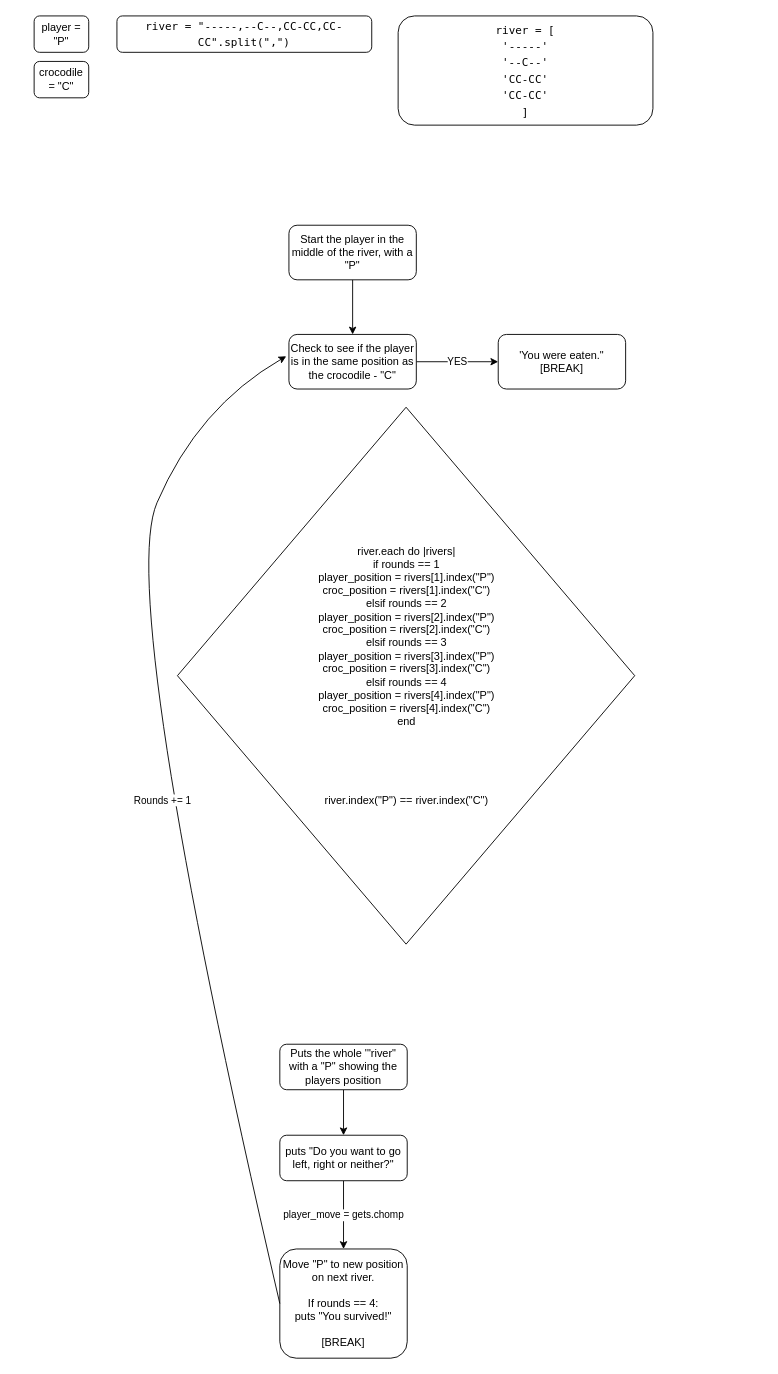
Above: Untitled Diagram.drawio in Chloeem/makers-ruby-practise (draw.io), before the change. Source tidied: cells renumbered, new cells numbered last; positions are measured from the earlier drawing's top-left corner, leaving out a move shared by most shapes. Both pictures are drawn from the tidied source at 91%, with x=0, y=0 at pixel (34, 15).
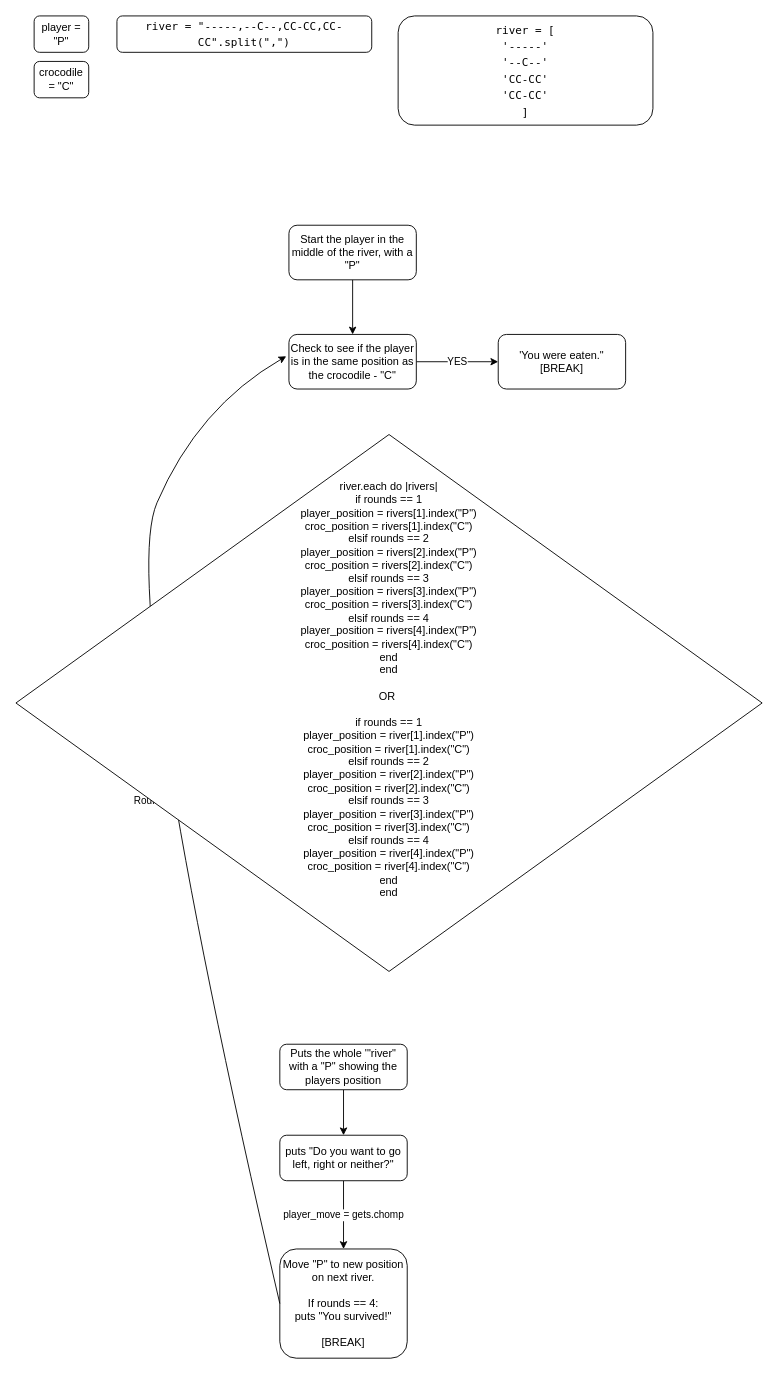
The same diagram, later.

Commit message:
Figuring out player vs croc positioning

The edit, as a diff of the source:
```diff
@@
 <mxGraphModel>
   <root>
     <mxCell id="0" />
     <mxCell id="1" parent="0" />
     <mxCell id="2" style="edgeStyle=orthogonalEdgeStyle;rounded=0;jettySize=auto;html=1;exitX=0.5;exitY=1;exitDx=0;exitDy=0;entryX=0.5;entryY=0;entryDx=0;entryDy=0;" parent="1" edge="1" source="3" target="5">
       <mxGeometry relative="1" as="geometry" />
     </mxCell>
     <mxCell id="3" value="Start the player in the middle of the river, with a &quot;P&quot;" style="rounded=1;whiteSpace=wrap;html=1;fontSize=12;glass=0;strokeWidth=1;shadow=0;" parent="1" vertex="1">
       <mxGeometry x="280" y="230" width="140" height="60" as="geometry" />
     </mxCell>
     <mxCell id="4" value="YES" style="edgeStyle=orthogonalEdgeStyle;rounded=0;jettySize=auto;html=1;entryX=0;entryY=0.5;entryDx=0;entryDy=0;" parent="1" edge="1" source="5" target="6">
       <mxGeometry relative="1" as="geometry" />
     </mxCell>
     <mxCell id="5" value="Check to see if the player is in the same position as the crocodile - &quot;C&quot;" style="rounded=1;whiteSpace=wrap;html=1;fontSize=12;glass=0;strokeWidth=1;shadow=0;" parent="1" vertex="1">
       <mxGeometry x="280" y="350" width="140" height="60" as="geometry" />
     </mxCell>
     <mxCell id="6" value="'You were eaten.&quot; &lt;br&gt;[BREAK]" style="rounded=1;whiteSpace=wrap;html=1;fontSize=12;glass=0;strokeWidth=1;shadow=0;" parent="1" vertex="1">
       <mxGeometry x="510" y="350" width="140" height="60" as="geometry" />
     </mxCell>
     <mxCell id="7" style="edgeStyle=orthogonalEdgeStyle;rounded=0;jettySize=auto;html=1;" parent="1" edge="1" source="8" target="10">
       <mxGeometry relative="1" as="geometry" />
     </mxCell>
     <mxCell id="8" value="Puts the whole '&quot;river&quot; with a &quot;P&quot; showing the players position" style="rounded=1;whiteSpace=wrap;html=1;fontSize=12;glass=0;strokeWidth=1;shadow=0;" parent="1" vertex="1">
       <mxGeometry x="270" y="1130" width="140" height="50" as="geometry" />
     </mxCell>
     <mxCell id="9" value="player_move = gets.chomp" style="edgeStyle=orthogonalEdgeStyle;rounded=0;jettySize=auto;html=1;" parent="1" edge="1" source="10" target="11">
       <mxGeometry relative="1" as="geometry" />
     </mxCell>
     <mxCell id="10" value="puts &quot;Do you want to go left, right or neither?&quot;" style="rounded=1;whiteSpace=wrap;html=1;fontSize=12;glass=0;strokeWidth=1;shadow=0;" parent="1" vertex="1">
       <mxGeometry x="270" y="1230" width="140" height="50" as="geometry" />
     </mxCell>
     <mxCell id="11" value="Move &quot;P&quot; to new position on next river.&lt;br&gt;&lt;br&gt;If rounds == 4:&lt;br&gt;puts &quot;You survived!&quot;&lt;br&gt;&lt;br&gt;[BREAK]" style="rounded=1;whiteSpace=wrap;html=1;fontSize=12;glass=0;strokeWidth=1;shadow=0;" parent="1" vertex="1">
       <mxGeometry x="270" y="1355" width="140" height="120" as="geometry" />
     </mxCell>
     <mxCell id="12" value="Rounds += 1" style="curved=1;endArrow=classic;html=1;exitX=0;exitY=0.5;exitDx=0;exitDy=0;entryX=-0.021;entryY=0.4;entryDx=0;entryDy=0;entryPerimeter=0;" parent="1" edge="1" source="11" target="5">
       <mxGeometry relative="1" as="geometry">
         <Array as="points">
           <mxPoint x="90" y="640" />
           <mxPoint x="180" y="430" />
         </Array>
       </mxGeometry>
     </mxCell>
     <mxCell id="13" value="player = &quot;P&quot;" style="rounded=1;whiteSpace=wrap;html=1;" parent="1" vertex="1">
       <mxGeometry width="60" height="40" as="geometry" />
     </mxCell>
     <mxCell id="14" value="crocodile = &quot;C&quot;" style="rounded=1;whiteSpace=wrap;html=1;" parent="1" vertex="1">
       <mxGeometry y="50" width="60" height="40" as="geometry" />
     </mxCell>
-    <mxCell id="15" value="river.each do |rivers|&lt;br&gt;if rounds == 1&lt;br&gt;player_position = rivers[1].index(&quot;P&quot;)&lt;br&gt;croc_position = rivers[1].index(&quot;C&quot;)&lt;br&gt;elsif rounds == 2&lt;br&gt;player_position = rivers[2].index(&quot;P&quot;)&lt;br&gt;croc_position = rivers[2].index(&quot;C&quot;)&lt;br&gt;elsif rounds == 3&lt;br&gt;player_position = rivers[3].index(&quot;P&quot;)&lt;br&gt;croc_position = rivers[3].index(&quot;C&quot;)&lt;br&gt;elsif rounds == 4&lt;br&gt;player_position = rivers[4].index(&quot;P&quot;)&lt;br&gt;croc_position = rivers[4].index(&quot;C&quot;)&lt;br&gt;end&lt;br&gt;&lt;br&gt;&lt;br&gt;&lt;br&gt;&lt;br&gt;&lt;br&gt;river.index(&quot;P&quot;) == river.index(&quot;C&quot;)" style="rhombus;whiteSpace=wrap;html=1;" parent="1" vertex="1">
-      <mxGeometry x="157.5" y="430" width="502.5" height="590" as="geometry" />
+    <mxCell id="15" value="river.each do |rivers|&lt;br&gt;if rounds == 1&lt;br&gt;player_position = rivers[1].index(&quot;P&quot;)&lt;br&gt;croc_position = rivers[1].index(&quot;C&quot;)&lt;br&gt;elsif rounds == 2&lt;br&gt;player_position = rivers[2].index(&quot;P&quot;)&lt;br&gt;croc_position = rivers[2].index(&quot;C&quot;)&lt;br&gt;elsif rounds == 3&lt;br&gt;player_position = rivers[3].index(&quot;P&quot;)&lt;br&gt;croc_position = rivers[3].index(&quot;C&quot;)&lt;br&gt;elsif rounds == 4&lt;br&gt;player_position = rivers[4].index(&quot;P&quot;)&lt;br&gt;croc_position = rivers[4].index(&quot;C&quot;)&lt;br&gt;end&lt;br&gt;end&lt;br&gt;&lt;br&gt;OR&amp;nbsp;&lt;br&gt;&lt;br&gt;if rounds == 1&lt;br&gt;player_position = river[1].index(&quot;P&quot;)&lt;br&gt;croc_position = river[1].index(&quot;C&quot;)&lt;br&gt;elsif rounds == 2&lt;br&gt;player_position = river[2].index(&quot;P&quot;)&lt;br&gt;croc_position = river[2].index(&quot;C&quot;)&lt;br&gt;elsif rounds == 3&lt;br&gt;player_position = river[3].index(&quot;P&quot;)&lt;br&gt;croc_position = river[3].index(&quot;C&quot;)&lt;br&gt;elsif rounds == 4&lt;br&gt;player_position = river[4].index(&quot;P&quot;)&lt;br&gt;croc_position = river[4].index(&quot;C&quot;)&lt;br&gt;end&lt;br&gt;end&lt;br&gt;&lt;br&gt;&lt;br&gt;" style="rhombus;whiteSpace=wrap;html=1;" parent="1" vertex="1">
+      <mxGeometry x="-20" y="460" width="820" height="590" as="geometry" />
     </mxCell>
     <mxCell id="16" value="&lt;div style=&quot;font-family: &amp;#34;menlo&amp;#34; , &amp;#34;monaco&amp;#34; , &amp;#34;courier new&amp;#34; , monospace ; line-height: 18px&quot;&gt;&lt;span style=&quot;background-color: rgb(255 , 255 , 255)&quot;&gt;river = &quot;-----,--C--,CC-CC,CC-CC&quot;.split(&quot;,&quot;)&lt;/span&gt;&lt;/div&gt;" style="rounded=1;whiteSpace=wrap;html=1;fillColor=#FFFFFF;" parent="1" vertex="1">
       <mxGeometry x="91" width="280" height="40" as="geometry" />
     </mxCell>
     <mxCell id="17" value="&lt;div style=&quot;font-family: &amp;#34;menlo&amp;#34; , &amp;#34;monaco&amp;#34; , &amp;#34;courier new&amp;#34; , monospace ; line-height: 18px&quot;&gt;&lt;span style=&quot;background-color: rgb(255 , 255 , 255)&quot;&gt;river = [&lt;/span&gt;&lt;/div&gt;&lt;div style=&quot;font-family: &amp;#34;menlo&amp;#34; , &amp;#34;monaco&amp;#34; , &amp;#34;courier new&amp;#34; , monospace ; line-height: 18px&quot;&gt;&lt;span style=&quot;background-color: rgb(255 , 255 , 255)&quot;&gt;&amp;nbsp;'-----'&amp;nbsp;&lt;/span&gt;&lt;/div&gt;&lt;div style=&quot;font-family: &amp;#34;menlo&amp;#34; , &amp;#34;monaco&amp;#34; , &amp;#34;courier new&amp;#34; , monospace ; line-height: 18px&quot;&gt;&lt;span style=&quot;background-color: rgb(255 , 255 , 255)&quot;&gt;'--C--'&lt;/span&gt;&lt;/div&gt;&lt;div style=&quot;font-family: &amp;#34;menlo&amp;#34; , &amp;#34;monaco&amp;#34; , &amp;#34;courier new&amp;#34; , monospace ; line-height: 18px&quot;&gt;&lt;span style=&quot;background-color: rgb(255 , 255 , 255)&quot;&gt;&amp;nbsp;'CC-CC'&amp;nbsp;&lt;/span&gt;&lt;/div&gt;&lt;div style=&quot;font-family: &amp;#34;menlo&amp;#34; , &amp;#34;monaco&amp;#34; , &amp;#34;courier new&amp;#34; , monospace ; line-height: 18px&quot;&gt;&lt;span style=&quot;background-color: rgb(255 , 255 , 255)&quot;&gt;'CC-CC'&lt;/span&gt;&lt;/div&gt;&lt;div style=&quot;font-family: &amp;#34;menlo&amp;#34; , &amp;#34;monaco&amp;#34; , &amp;#34;courier new&amp;#34; , monospace ; line-height: 18px&quot;&gt;&lt;span style=&quot;background-color: rgb(255 , 255 , 255)&quot;&gt;]&lt;/span&gt;&lt;/div&gt;" style="rounded=1;whiteSpace=wrap;html=1;fillColor=#FFFFFF;" parent="1" vertex="1">
       <mxGeometry x="400" width="280" height="120" as="geometry" />
     </mxCell>
   </root>
 </mxGraphModel>
```
